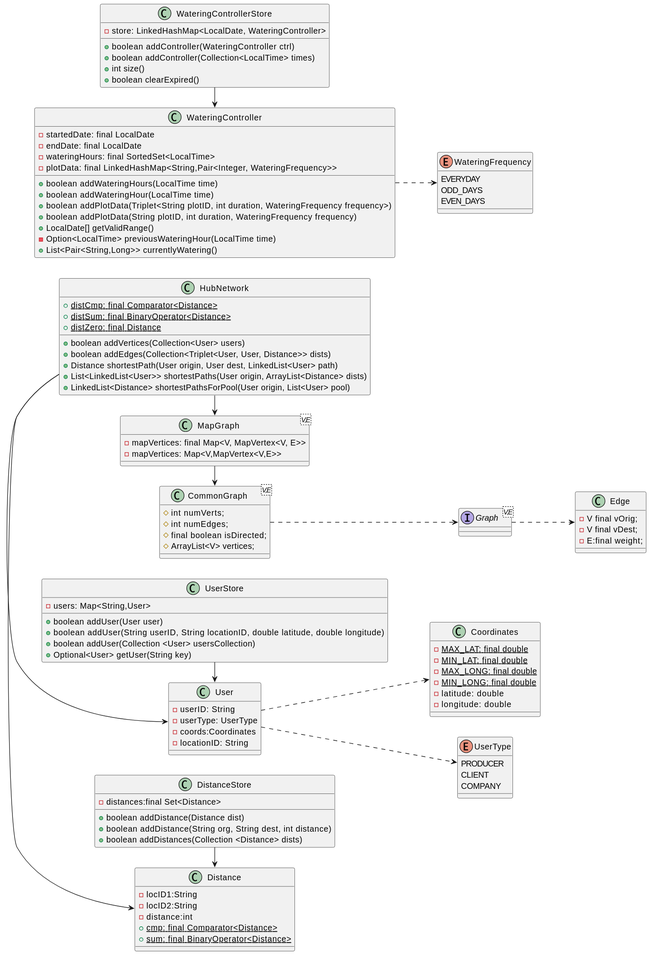
Earlier version of the PlantUML export doc/esinf/CD/CD.svg (jovami/isep-lapr3). Its diagram source:
```plantuml
@startuml

left to right direction

class Distance{
    -locID1:String
    -locID2:String
    -distance:int
    +cmp: {static} final Comparator<Distance>
    +sum: {static} final BinaryOperator<Distance>
}

class Coordinates{
    -MAX_LAT: {static} final double
    -MIN_LAT: {static} final double
    -MAX_LONG: {static} final double
    -MIN_LONG: {static} final double
    -latitude: double
    -longitude: double
}

class User{
    -userID: String
    -userType: UserType
    -coords:Coordinates
    -locationID: String
}
User ..> UserType
User ..> Coordinates

class MapGraph{
    -mapVertices: final Map<V, MapVertex<V, E>>
}

MapGraph -> CommonGraph

 enum UserType{
     PRODUCER
     CLIENT
     COMPANY
 }

class HubNetwork{
    +distCmp: {static} final Comparator<Distance>
    +distSum: {static} final BinaryOperator<Distance>
    +distZero: {static} final Distance
    +boolean addVertices(Collection<User> users)
    +boolean addEdges(Collection<Triplet<User, User, Distance>> dists)
    +Distance shortestPath(User origin, User dest, LinkedList<User> path)
    +List<LinkedList<User>> shortestPaths(User origin, ArrayList<Distance> dists)
    +LinkedList<Distance> shortestPathsForPool(User origin, List<User> pool)
}
HubNetwork -> User
HubNetwork -> Distance
HubNetwork -> MapGraph

class MapGraph<V,E>{
    -mapVertices: Map<V,MapVertex<V,E>>

}

class CommonGraph<V,E>{
    #int numVerts;
    #int numEdges;
    #final boolean isDirected;
    #ArrayList<V> vertices;
}
CommonGraph ..> Graph

interface Graph<V,E>{
}

Graph ..> Edge


class Edge{
    -V final vOrig;
    -V final vDest;
    -E:final weight;
}

class WateringController{
    -startedDate: final LocalDate
    -endDate: final LocalDate
    -wateringHours: final SortedSet<LocalTime>
    -plotData: final LinkedHashMap<String,Pair<Integer, WateringFrequency>>
    +boolean addWateringHours(LocalTime time)
    +boolean addWateringHour(LocalTime time)
    +boolean addPlotData(Triplet<String plotID, int duration, WateringFrequency frequency>)
    +boolean addPlotData(String plotID, int duration, WateringFrequency frequency)
    +LocalDate[] getValidRange()
    -Option<LocalTime> previousWateringHour(LocalTime time)
    +List<Pair<String,Long>> currentlyWatering()
}

WateringController ..> WateringFrequency


enum WateringFrequency{
    EVERYDAY
    ODD_DAYS
    EVEN_DAYS
}


class UserStore{
    -users: Map<String,User>
    +boolean addUser(User user)
    +boolean addUser(String userID, String locationID, double latitude, double longitude)
    +boolean addUser(Collection <User> usersCollection)
    +Optional<User> getUser(String key)
}
UserStore -> User

class DistanceStore{
    -distances:final Set<Distance>
    +boolean addDistance(Distance dist)
    +boolean addDistance(String org, String dest, int distance)
    +boolean addDistances(Collection <Distance> dists)
}
DistanceStore -> Distance

class WateringControllerStore{
    -store: LinkedHashMap<LocalDate, WateringController>
    +boolean addController(WateringController ctrl)
    +boolean addController(Collection<LocalTime> times)
    +int size()
    +boolean clearExpired()
}
WateringControllerStore -> WateringController


@enduml
```
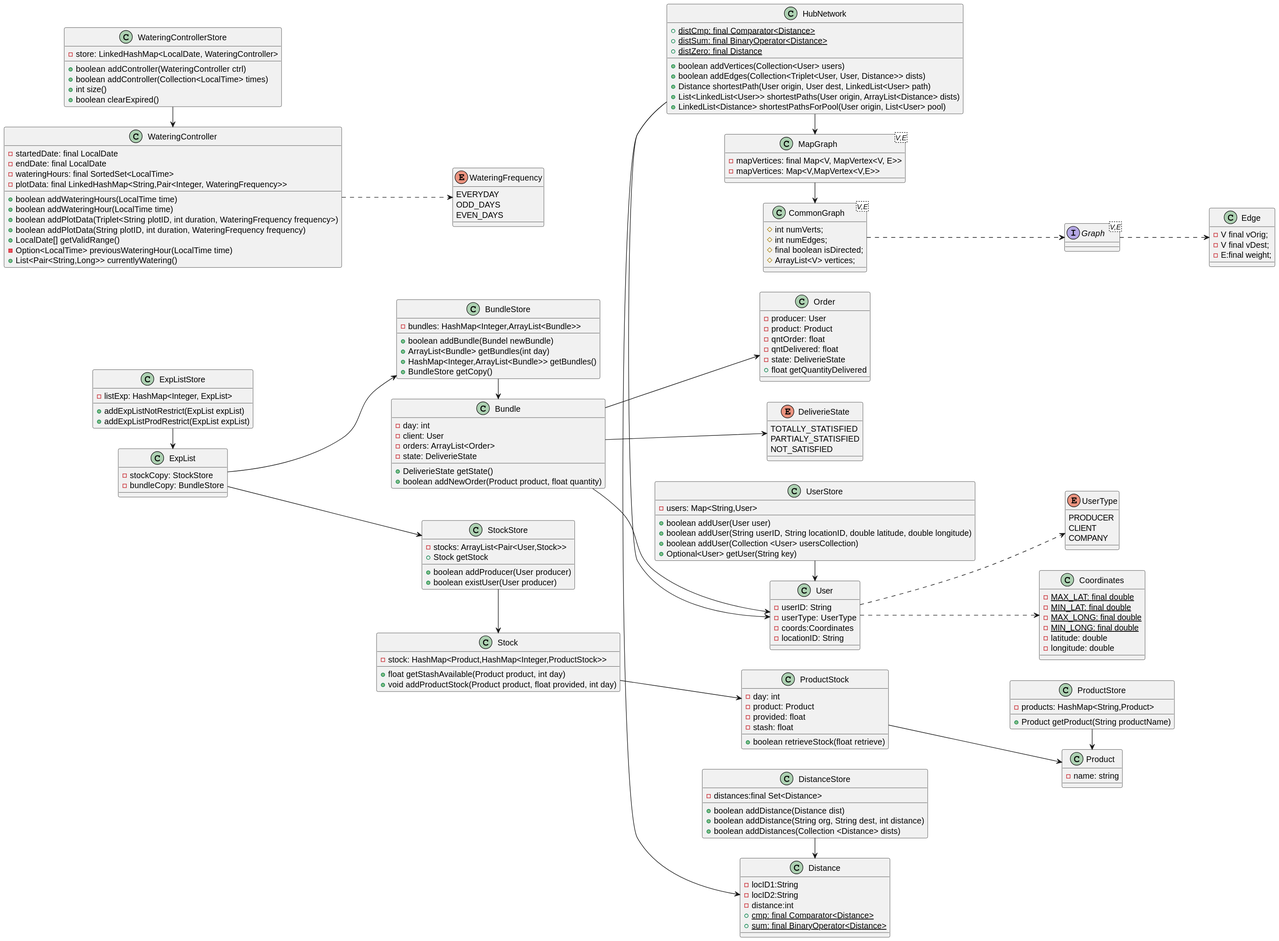
Later version of the same file.

Commit message:
doc/lapr3: updated class diagram for sprint2

The edit, as a diff of the source:
```diff
@@ -129,5 +129,96 @@
 }
 WateringControllerStore -> WateringController
 
+class BundleStore{
+     - bundles: HashMap<Integer,ArrayList<Bundle>>
+     + boolean addBundle(Bundel newBundle)
+     + ArrayList<Bundle> getBundles(int day)
+     + HashMap<Integer,ArrayList<Bundle>> getBundles()
+     + BundleStore getCopy()
+}
+
+BundleStore -> Bundle
+
+class Bundle{
+    - day: int
+    - client: User
+    - orders: ArrayList<Order>
+    - state: DeliverieState
+    + DeliverieState getState()
+    + boolean addNewOrder(Product product, float quantity)
+}
+
+Bundle --> User
+Bundle --> Order
+Bundle --> DeliverieState
+
+class Order{
+    - producer: User
+    - product: Product
+    - qntOrder: float
+    - qntDelivered: float
+    - state: DeliverieState
+    + float getQuantityDelivered
+}
+
+enum DeliverieState{
+    TOTALLY_STATISFIED
+    PARTIALY_STATISFIED
+    NOT_SATISFIED
+}
+
+
+class ProductStore{
+    - products: HashMap<String,Product>
+    + Product getProduct(String productName)
+}
+ProductStore -> Product
+
+class Product{
+    - name: string
+}
+
+
+class StockStore{
+    - stocks: ArrayList<Pair<User,Stock>>
+    + boolean addProducer(User producer)
+    + boolean existUser(User producer)
+    + Stock getStock
+}
+
+class Stock{
+    - stock: HashMap<Product,HashMap<Integer,ProductStock>>
+    + float getStashAvailable(Product product, int day)
+    + void addProductStock(Product product, float provided, int day)
+}
+
+class ProductStock{
+    - day: int
+    - product: Product
+    - provided: float
+    - stash: float
+    + boolean retrieveStock(float retrieve)
+}
+
+StockStore -> Stock
+Stock --> ProductStock
+ProductStock --> Product
+
+class ExpListStore{
+    - listExp: HashMap<Integer, ExpList>
+    + addExpListNotRestrict(ExpList expList)
+    + addExpListProdRestrict(ExpList expList)
+}
+
+class ExpList{
+    - stockCopy: StockStore
+    - bundleCopy: BundleStore
+}
+
+ExpListStore -> ExpList
+ExpList --> StockStore
+ExpList --> BundleStore
+
+
 
 @enduml
```
